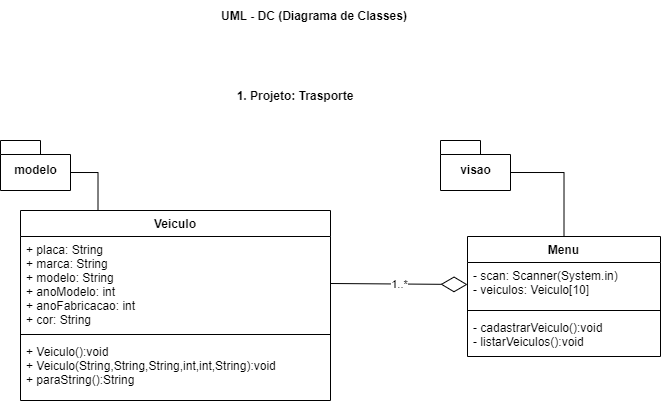
Before: 1des/fpoo/aula18/classes.png, a diagram exported from draw.io (wellifabio/senai2022). Source tidied: cells renumbered, new cells last; positions are measured from the earlier drawing's top-left corner, leaving out a move shared by most shapes. Source of this version:
```xml
<mxGraphModel>
  <root>
    <mxCell id="0" />
    <mxCell id="1" parent="0" />
    <mxCell id="2" style="edgeStyle=orthogonalEdgeStyle;rounded=0;jettySize=auto;html=1;exitX=0.25;exitY=0;exitDx=0;exitDy=0;entryX=0;entryY=0;entryDx=70;entryDy=32;entryPerimeter=0;endArrow=none;endFill=0;" parent="1" edge="1" source="3" target="8">
      <mxGeometry relative="1" as="geometry" />
    </mxCell>
    <mxCell id="3" value="Veiculo" style="swimlane;fontStyle=1;align=center;verticalAlign=top;horizontal=1;startSize=26;" parent="1" vertex="1">
      <mxGeometry x="20" y="210" width="310" height="190" as="geometry" />
    </mxCell>
    <mxCell id="4" value="+ placa: String&#10;+ marca: String&#10;+ modelo: String&#10;+ anoModelo: int&#10;+ anoFabricacao: int&#10;+ cor: String&#10;" style="text;strokeColor=none;fillColor=none;align=left;verticalAlign=top;spacingLeft=4;spacingRight=4;overflow=hidden;points=[[0,0.5],[1,0.5]];portConstraint=eastwest;" parent="3" vertex="1">
      <mxGeometry y="26" width="310" height="94" as="geometry" />
    </mxCell>
    <mxCell id="5" style="line;strokeWidth=1;fillColor=none;align=left;verticalAlign=middle;spacingTop=-1;spacingLeft=3;spacingRight=3;labelPosition=right;" parent="3" vertex="1">
      <mxGeometry y="120" width="310" height="8" as="geometry" />
    </mxCell>
    <mxCell id="6" value="+ Veiculo():void&#10;+ Veiculo(String,String,String,int,int,String):void&#10;+ paraString():String" style="text;strokeColor=none;fillColor=none;align=left;verticalAlign=top;spacingLeft=4;spacingRight=4;overflow=hidden;" parent="3" vertex="1">
      <mxGeometry y="128" width="310" height="62" as="geometry" />
    </mxCell>
    <mxCell id="7" value="1. Projeto: Trasporte" style="text;align=center;fontStyle=1;verticalAlign=middle;spacingLeft=3;spacingRight=3;strokeColor=none;" parent="1" vertex="1">
      <mxGeometry x="220" y="80" width="150" height="30" as="geometry" />
    </mxCell>
    <mxCell id="8" value="modelo" style="shape=folder;fontStyle=1;spacingTop=10;tabWidth=40;tabHeight=14;tabPosition=left;html=1;" parent="1" vertex="1">
      <mxGeometry y="140" width="70" height="50" as="geometry" />
    </mxCell>
    <mxCell id="9" value="visao" style="shape=folder;fontStyle=1;spacingTop=10;tabWidth=40;tabHeight=14;tabPosition=left;html=1;" parent="1" vertex="1">
      <mxGeometry x="440" y="140" width="70" height="50" as="geometry" />
    </mxCell>
    <mxCell id="10" style="edgeStyle=orthogonalEdgeStyle;rounded=0;jettySize=auto;html=1;exitX=0.5;exitY=0;exitDx=0;exitDy=0;entryX=0;entryY=0;entryDx=70;entryDy=32;entryPerimeter=0;endArrow=none;endFill=0;" parent="1" edge="1" source="11" target="9">
      <mxGeometry relative="1" as="geometry" />
    </mxCell>
    <mxCell id="11" value="Menu" style="swimlane;fontStyle=1;align=center;verticalAlign=top;horizontal=1;startSize=26;" parent="1" vertex="1">
      <mxGeometry x="467" y="236" width="193" height="120" as="geometry" />
    </mxCell>
    <mxCell id="12" value="- scan: Scanner(System.in)&#10;- veiculos: Veiculo[10]" style="text;strokeColor=none;fillColor=none;align=left;verticalAlign=top;spacingLeft=4;spacingRight=4;overflow=hidden;points=[[0,0.5],[1,0.5]];portConstraint=eastwest;" parent="11" vertex="1">
      <mxGeometry y="26" width="193" height="44" as="geometry" />
    </mxCell>
    <mxCell id="13" style="line;strokeWidth=1;fillColor=none;align=left;verticalAlign=middle;spacingTop=-1;spacingLeft=3;spacingRight=3;labelPosition=right;" parent="11" vertex="1">
      <mxGeometry y="70" width="193" height="8" as="geometry" />
    </mxCell>
    <mxCell id="14" value="- cadastrarVeiculo():void&#10;- listarVeiculos():void" style="text;strokeColor=none;fillColor=none;align=left;verticalAlign=top;spacingLeft=4;spacingRight=4;overflow=hidden;" parent="11" vertex="1">
      <mxGeometry y="78" width="193" height="42" as="geometry" />
    </mxCell>
    <mxCell id="15" value="1..*" style="endArrow=diamondThin;endFill=0;endSize=24;html=1;rounded=0;exitX=1;exitY=0.5;exitDx=0;exitDy=0;entryX=0;entryY=0.5;entryDx=0;entryDy=0;" parent="1" edge="1" source="4" target="12">
      <mxGeometry relative="1" as="geometry" />
    </mxCell>
    <mxCell id="16" value="2. Projeto Trasporte" style="text;align=center;fontStyle=1;verticalAlign=middle;spacingLeft=3;spacingRight=3;strokeColor=none;" parent="1" vertex="1">
      <mxGeometry x="230" y="440" width="150" height="30" as="geometry" />
    </mxCell>
    <mxCell id="17" value="UML - DC (Diagrama de Classes)" style="text;align=center;fontStyle=1;verticalAlign=middle;spacingLeft=3;spacingRight=3;strokeColor=none;" parent="1" vertex="1">
      <mxGeometry x="209" width="210" height="30" as="geometry" />
    </mxCell>
  </root>
</mxGraphModel>
```
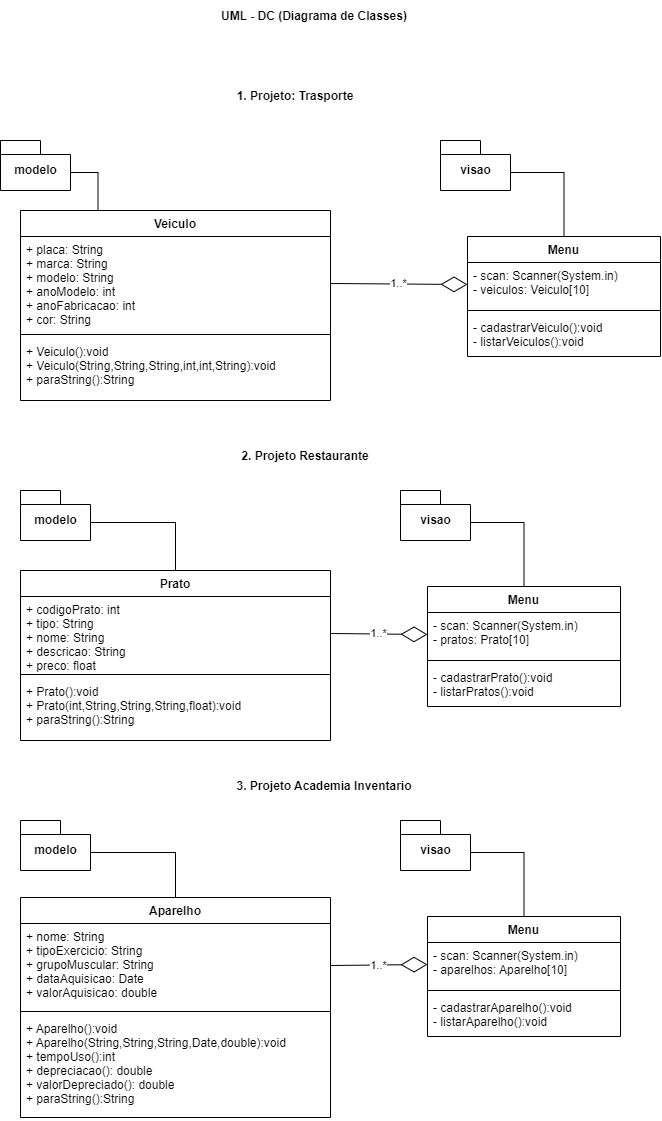
The same diagram one commit later.

Diff of the diagram source:
```diff
@@ -44,11 +44,92 @@
     <mxCell id="15" value="1..*" style="endArrow=diamondThin;endFill=0;endSize=24;html=1;rounded=0;exitX=1;exitY=0.5;exitDx=0;exitDy=0;entryX=0;entryY=0.5;entryDx=0;entryDy=0;" parent="1" edge="1" source="4" target="12">
       <mxGeometry relative="1" as="geometry" />
     </mxCell>
-    <mxCell id="16" value="2. Projeto Trasporte" style="text;align=center;fontStyle=1;verticalAlign=middle;spacingLeft=3;spacingRight=3;strokeColor=none;" parent="1" vertex="1">
+    <mxCell id="16" value="2. Projeto Restaurante" style="text;align=center;fontStyle=1;verticalAlign=middle;spacingLeft=3;spacingRight=3;strokeColor=none;" parent="1" vertex="1">
       <mxGeometry x="230" y="440" width="150" height="30" as="geometry" />
     </mxCell>
     <mxCell id="17" value="UML - DC (Diagrama de Classes)" style="text;align=center;fontStyle=1;verticalAlign=middle;spacingLeft=3;spacingRight=3;strokeColor=none;" parent="1" vertex="1">
       <mxGeometry x="209" width="210" height="30" as="geometry" />
     </mxCell>
+    <mxCell id="18" value="Prato" style="swimlane;fontStyle=1;align=center;verticalAlign=top;horizontal=1;startSize=26;" parent="1" vertex="1">
+      <mxGeometry x="20" y="570" width="310" height="170" as="geometry" />
+    </mxCell>
+    <mxCell id="19" value="+ codigoPrato: int&#10;+ tipo: String&#10;+ nome: String&#10;+ descricao: String&#10;+ preco: float" style="text;strokeColor=none;fillColor=none;align=left;verticalAlign=top;spacingLeft=4;spacingRight=4;overflow=hidden;points=[[0,0.5],[1,0.5]];portConstraint=eastwest;" parent="18" vertex="1">
+      <mxGeometry y="26" width="310" height="74" as="geometry" />
+    </mxCell>
+    <mxCell id="20" style="line;strokeWidth=1;fillColor=none;align=left;verticalAlign=middle;spacingTop=-1;spacingLeft=3;spacingRight=3;labelPosition=right;" parent="18" vertex="1">
+      <mxGeometry y="100" width="310" height="8" as="geometry" />
+    </mxCell>
+    <mxCell id="21" value="+ Prato():void&#10;+ Prato(int,String,String,String,float):void&#10;+ paraString():String" style="text;strokeColor=none;fillColor=none;align=left;verticalAlign=top;spacingLeft=4;spacingRight=4;overflow=hidden;" parent="18" vertex="1">
+      <mxGeometry y="108" width="310" height="62" as="geometry" />
+    </mxCell>
+    <mxCell id="22" style="edgeStyle=orthogonalEdgeStyle;rounded=0;jettySize=auto;html=1;exitX=0;exitY=0;exitDx=70;exitDy=32;exitPerimeter=0;endArrow=none;endFill=0;" parent="1" edge="1" source="23" target="18">
+      <mxGeometry relative="1" as="geometry" />
+    </mxCell>
+    <mxCell id="23" value="modelo" style="shape=folder;fontStyle=1;spacingTop=10;tabWidth=40;tabHeight=14;tabPosition=left;html=1;" parent="1" vertex="1">
+      <mxGeometry x="20" y="490" width="70" height="50" as="geometry" />
+    </mxCell>
+    <mxCell id="24" value="visao" style="shape=folder;fontStyle=1;spacingTop=10;tabWidth=40;tabHeight=14;tabPosition=left;html=1;" parent="1" vertex="1">
+      <mxGeometry x="400" y="490" width="70" height="50" as="geometry" />
+    </mxCell>
+    <mxCell id="25" style="edgeStyle=orthogonalEdgeStyle;rounded=0;jettySize=auto;html=1;exitX=0.5;exitY=0;exitDx=0;exitDy=0;entryX=0;entryY=0;entryDx=70;entryDy=32;entryPerimeter=0;endArrow=none;endFill=0;" parent="1" edge="1" source="26" target="24">
+      <mxGeometry relative="1" as="geometry" />
+    </mxCell>
+    <mxCell id="26" value="Menu" style="swimlane;fontStyle=1;align=center;verticalAlign=top;horizontal=1;startSize=26;" parent="1" vertex="1">
+      <mxGeometry x="427" y="586" width="193" height="120" as="geometry" />
+    </mxCell>
+    <mxCell id="27" value="- scan: Scanner(System.in)&#10;- pratos: Prato[10]" style="text;strokeColor=none;fillColor=none;align=left;verticalAlign=top;spacingLeft=4;spacingRight=4;overflow=hidden;points=[[0,0.5],[1,0.5]];portConstraint=eastwest;" parent="26" vertex="1">
+      <mxGeometry y="26" width="193" height="44" as="geometry" />
+    </mxCell>
+    <mxCell id="28" style="line;strokeWidth=1;fillColor=none;align=left;verticalAlign=middle;spacingTop=-1;spacingLeft=3;spacingRight=3;labelPosition=right;" parent="26" vertex="1">
+      <mxGeometry y="70" width="193" height="8" as="geometry" />
+    </mxCell>
+    <mxCell id="29" value="- cadastrarPrato():void&#10;- listarPratos():void" style="text;strokeColor=none;fillColor=none;align=left;verticalAlign=top;spacingLeft=4;spacingRight=4;overflow=hidden;" parent="26" vertex="1">
+      <mxGeometry y="78" width="193" height="42" as="geometry" />
+    </mxCell>
+    <mxCell id="30" value="3. Projeto Academia Inventario" style="text;align=center;fontStyle=1;verticalAlign=middle;spacingLeft=3;spacingRight=3;strokeColor=none;" parent="1" vertex="1">
+      <mxGeometry x="229" y="770" width="190" height="30" as="geometry" />
+    </mxCell>
+    <mxCell id="31" value="Aparelho" style="swimlane;fontStyle=1;align=center;verticalAlign=top;horizontal=1;startSize=26;" parent="1" vertex="1">
+      <mxGeometry x="20" y="897" width="310" height="220" as="geometry" />
+    </mxCell>
+    <mxCell id="32" value="+ nome: String&#10;+ tipoExercicio: String&#10;+ grupoMuscular: String&#10;+ dataAquisicao: Date&#10;+ valorAquisicao: double" style="text;strokeColor=none;fillColor=none;align=left;verticalAlign=top;spacingLeft=4;spacingRight=4;overflow=hidden;points=[[0,0.5],[1,0.5]];portConstraint=eastwest;" parent="31" vertex="1">
+      <mxGeometry y="26" width="310" height="84" as="geometry" />
+    </mxCell>
+    <mxCell id="33" style="line;strokeWidth=1;fillColor=none;align=left;verticalAlign=middle;spacingTop=-1;spacingLeft=3;spacingRight=3;labelPosition=right;" parent="31" vertex="1">
+      <mxGeometry y="110" width="310" height="8" as="geometry" />
+    </mxCell>
+    <mxCell id="34" value="+ Aparelho():void&#10;+ Aparelho(String,String,String,Date,double):void&#10;+ tempoUso():int&#10;+ depreciacao(): double&#10;+ valorDepreciado(): double&#10;+ paraString():String" style="text;strokeColor=none;fillColor=none;align=left;verticalAlign=top;spacingLeft=4;spacingRight=4;overflow=hidden;" parent="31" vertex="1">
+      <mxGeometry y="118" width="310" height="102" as="geometry" />
+    </mxCell>
+    <mxCell id="35" style="edgeStyle=orthogonalEdgeStyle;rounded=0;jettySize=auto;html=1;exitX=0;exitY=0;exitDx=70;exitDy=32;exitPerimeter=0;endArrow=none;endFill=0;" parent="1" edge="1" source="36" target="31">
+      <mxGeometry relative="1" as="geometry" />
+    </mxCell>
+    <mxCell id="36" value="modelo" style="shape=folder;fontStyle=1;spacingTop=10;tabWidth=40;tabHeight=14;tabPosition=left;html=1;" parent="1" vertex="1">
+      <mxGeometry x="20" y="820" width="70" height="50" as="geometry" />
+    </mxCell>
+    <mxCell id="37" value="visao" style="shape=folder;fontStyle=1;spacingTop=10;tabWidth=40;tabHeight=14;tabPosition=left;html=1;" parent="1" vertex="1">
+      <mxGeometry x="400" y="820" width="70" height="50" as="geometry" />
+    </mxCell>
+    <mxCell id="38" style="edgeStyle=orthogonalEdgeStyle;rounded=0;jettySize=auto;html=1;exitX=0.5;exitY=0;exitDx=0;exitDy=0;entryX=0;entryY=0;entryDx=70;entryDy=32;entryPerimeter=0;endArrow=none;endFill=0;" parent="1" edge="1" source="39" target="37">
+      <mxGeometry relative="1" as="geometry" />
+    </mxCell>
+    <mxCell id="39" value="Menu" style="swimlane;fontStyle=1;align=center;verticalAlign=top;horizontal=1;startSize=26;" parent="1" vertex="1">
+      <mxGeometry x="427" y="916" width="193" height="120" as="geometry" />
+    </mxCell>
+    <mxCell id="40" value="- scan: Scanner(System.in)&#10;- aparelhos: Aparelho[10]" style="text;strokeColor=none;fillColor=none;align=left;verticalAlign=top;spacingLeft=4;spacingRight=4;overflow=hidden;points=[[0,0.5],[1,0.5]];portConstraint=eastwest;" parent="39" vertex="1">
+      <mxGeometry y="26" width="193" height="44" as="geometry" />
+    </mxCell>
+    <mxCell id="41" style="line;strokeWidth=1;fillColor=none;align=left;verticalAlign=middle;spacingTop=-1;spacingLeft=3;spacingRight=3;labelPosition=right;" parent="39" vertex="1">
+      <mxGeometry y="70" width="193" height="8" as="geometry" />
+    </mxCell>
+    <mxCell id="42" value="- cadastrarAparelho():void&#10;- listarAparelho():void" style="text;strokeColor=none;fillColor=none;align=left;verticalAlign=top;spacingLeft=4;spacingRight=4;overflow=hidden;" parent="39" vertex="1">
+      <mxGeometry y="78" width="193" height="42" as="geometry" />
+    </mxCell>
+    <mxCell id="43" value="1..*" style="endArrow=diamondThin;endFill=0;endSize=24;html=1;rounded=0;exitX=1;exitY=0.5;exitDx=0;exitDy=0;entryX=0;entryY=0.5;entryDx=0;entryDy=0;" parent="1" edge="1" source="19" target="27">
+      <mxGeometry relative="1" as="geometry" />
+    </mxCell>
+    <mxCell id="44" value="1..*" style="endArrow=diamondThin;endFill=0;endSize=24;html=1;rounded=0;exitX=1;exitY=0.5;exitDx=0;exitDy=0;entryX=0;entryY=0.5;entryDx=0;entryDy=0;" parent="1" edge="1" source="32" target="40">
+      <mxGeometry relative="1" as="geometry" />
+    </mxCell>
   </root>
 </mxGraphModel>
```
